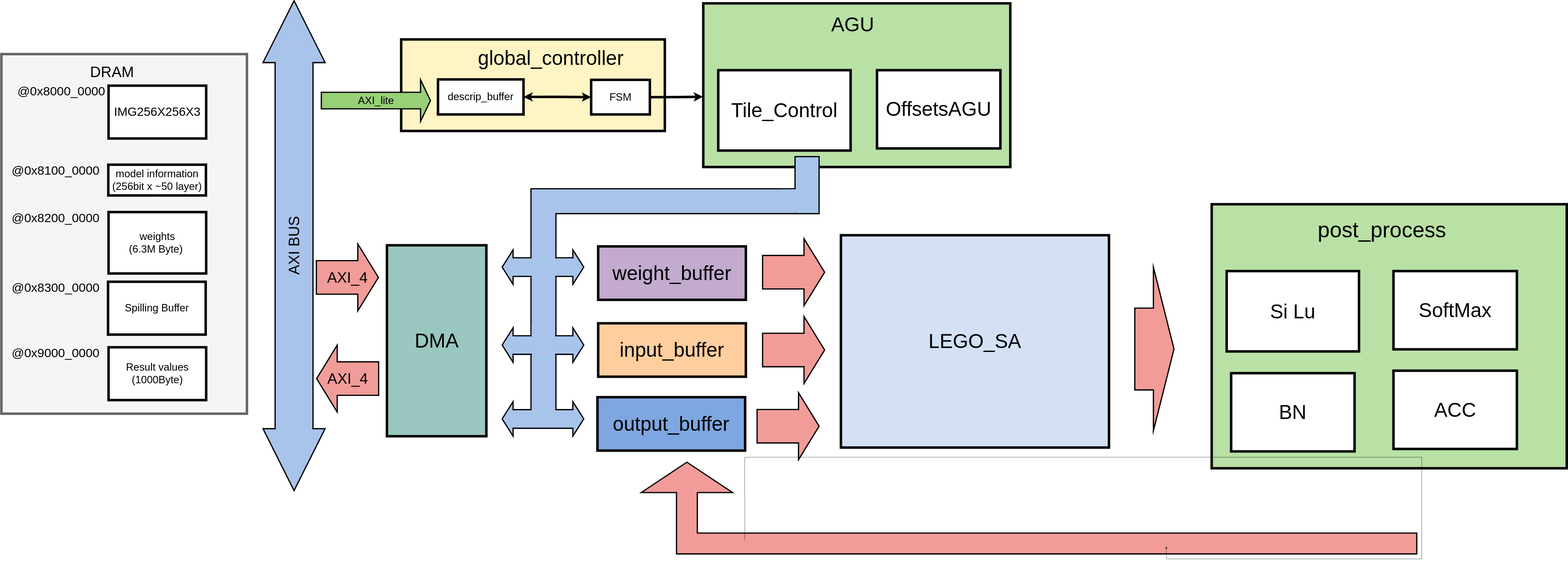
Earlier version of the draw.io export 系統架構v1.2.drawio.svg (jihuien/ML100Days). Source tidied: cells renumbered, new cells last; positions are measured from the earlier drawing's top-left corner, leaving out a move shared by most shapes.
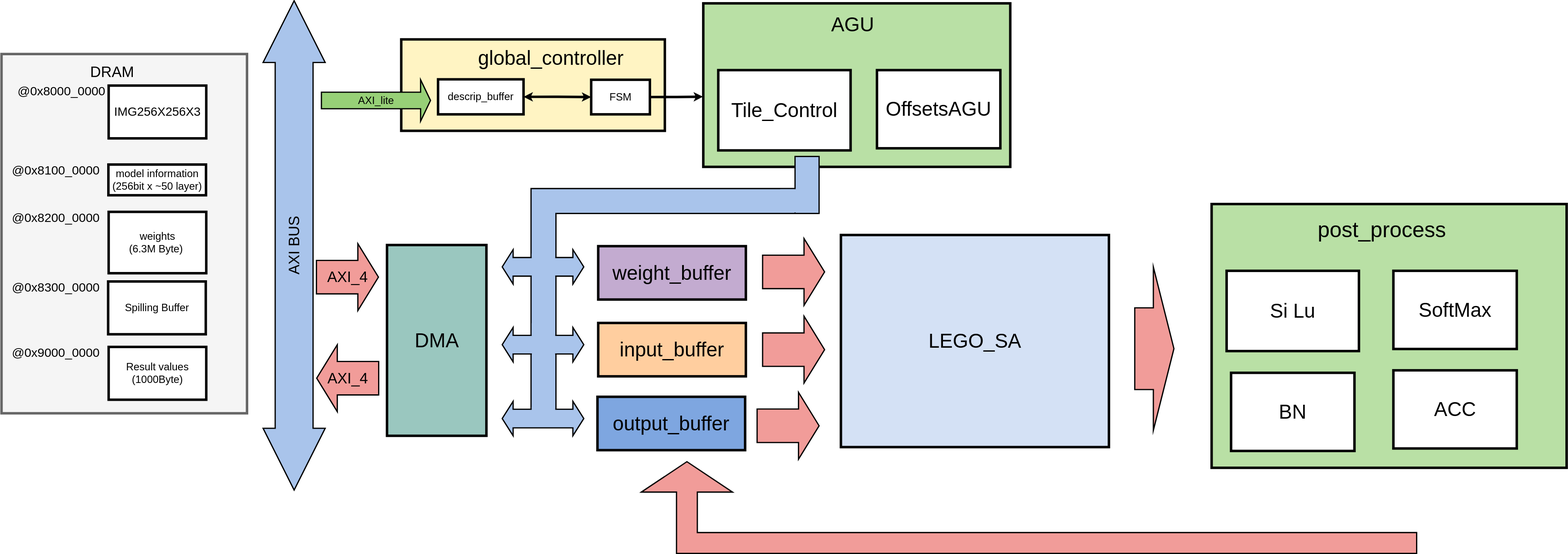
Above is the later version.

Commit message:
更新系統架構v1.2.drawio.svg

What changed in the source:
```diff
@@ -176,8 +176,5 @@
     <mxCell id="59" style="html=1;shadow=0;dashed=0;align=center;verticalAlign=middle;shape=mxgraph.arrows2.arrow;dy=0.5;dx=83;notch=0;strokeWidth=5;fillColor=#F19C99;" parent="1" vertex="1">
       <mxGeometry x="3047" y="1859" width="250" height="270" as="geometry" />
     </mxCell>
-    <mxCell id="60" style="edgeStyle=orthogonalEdgeStyle;rounded=0;orthogonalLoop=1;jettySize=auto;html=1;exitX=0;exitY=0;exitDx=53.8;exitDy=417.24499999999995;exitPerimeter=0;entryX=0.08;entryY=0.677;entryDx=0;entryDy=0;entryPerimeter=0;" parent="1" edge="1" source="58" target="58">
-      <mxGeometry relative="1" as="geometry" />
-    </mxCell>
   </root>
 </mxGraphModel>
```
